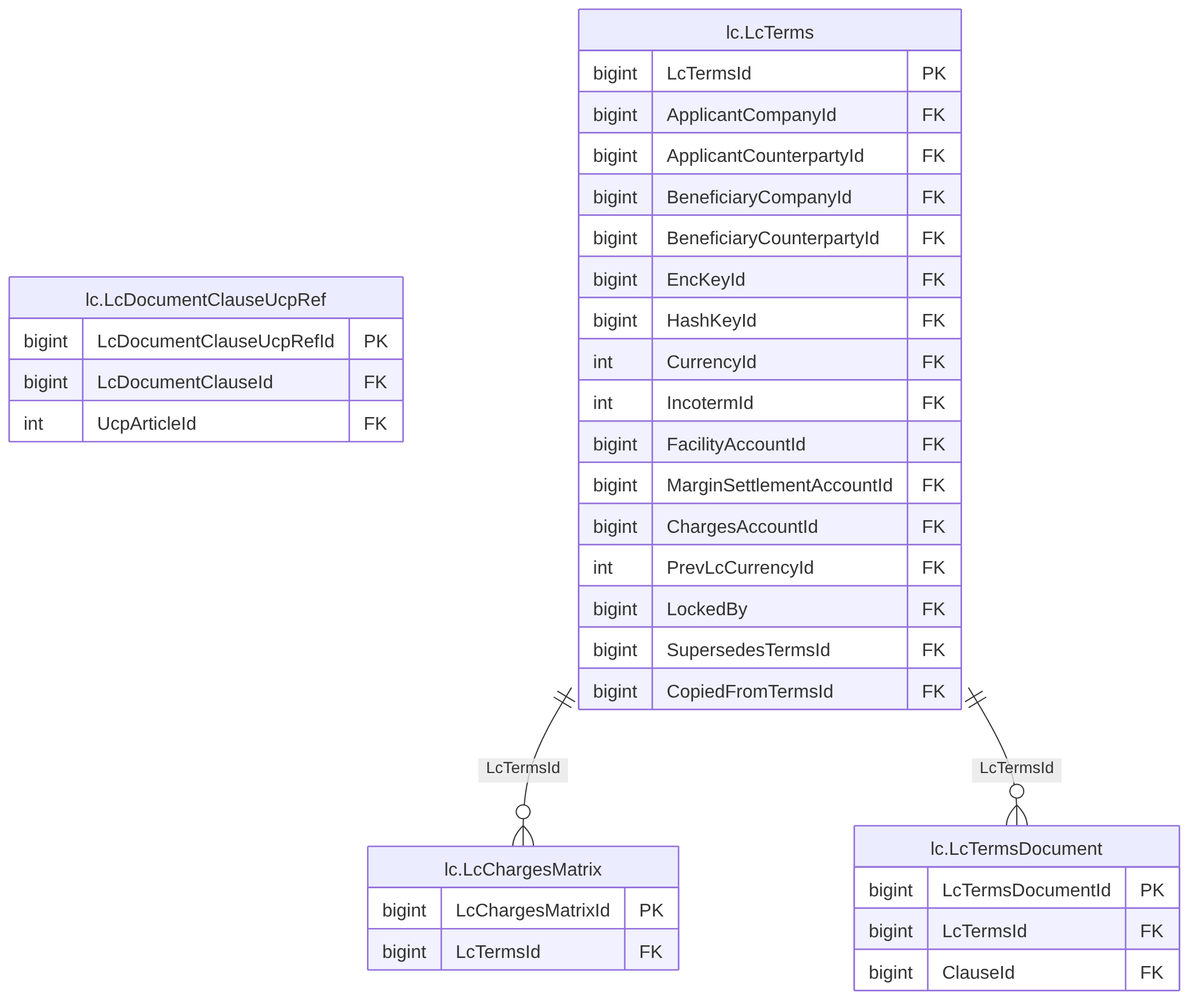
This is treasury-platform/docs/diagrams/erd/m7_8_lc_terms_2.png from thawrasy/smartlines, a Mermaid export, as it was before one commit. Its source is kept beside it as treasury-platform/docs/diagrams/erd/m7_8_lc_terms_2.mmd.
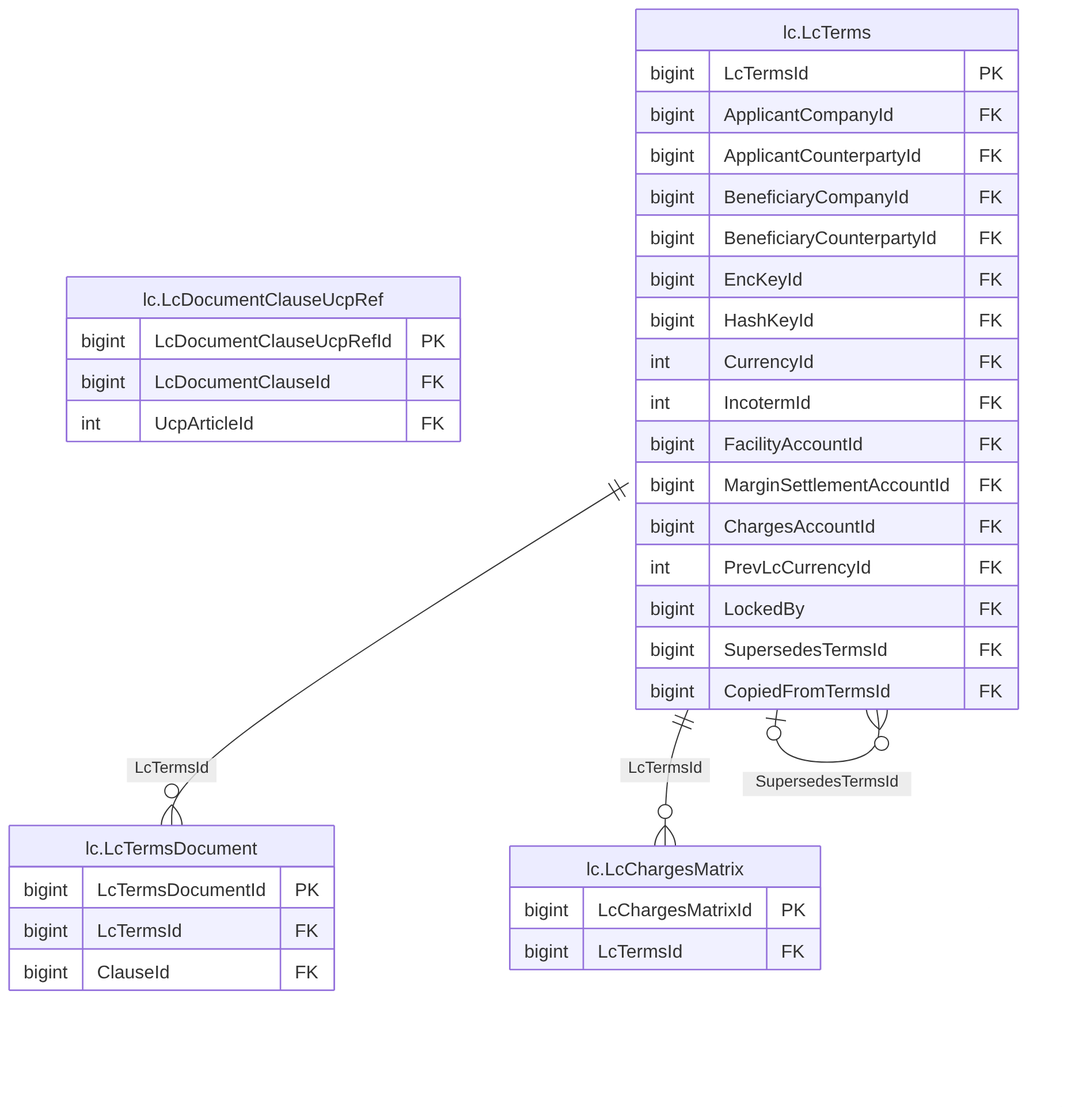
The same file after the commit.

Change to the diagram source:
```diff
@@ -32,4 +32,6 @@
     bigint LcTermsId FK
   }
   lc_LcTerms ||--o{ lc_LcChargesMatrix : "LcTermsId"
+  lc_LcTerms |o--o{ lc_LcTerms : "CopiedFromTermsId"
+  lc_LcTerms |o--o{ lc_LcTerms : "SupersedesTermsId"
   lc_LcTerms ||--o{ lc_LcTermsDocument : "LcTermsId"
```
